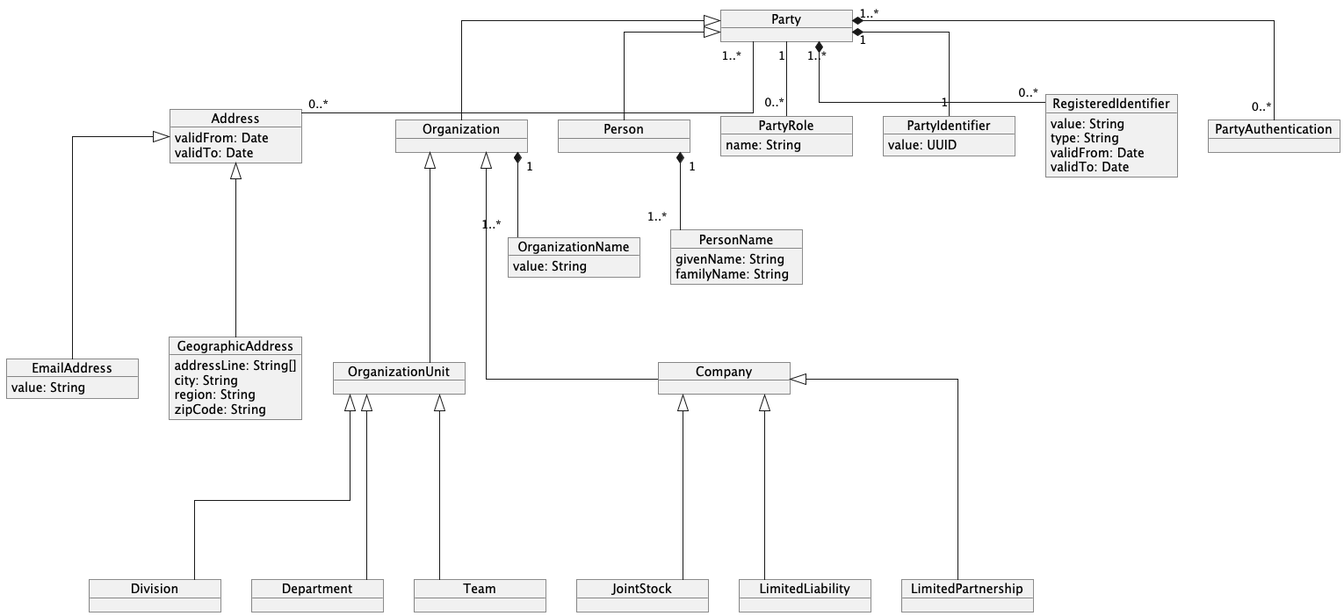
This is party/diagrams/party-with-data-and-auth.png from Software-Archetypes/archetypes, a PlantUML export, as it was before one commit. The source it was exported from:
```plantuml
@startuml
skinparam MinClassWidth 150
skinparam linetype ortho

object Party
object Person
object PartyRole {
  name: String
}
object PartyIdentifier {
  value: UUID
}
object RegisteredIdentifier {
  value: String
  type: String
  validFrom: Date
  validTo: Date
}
object PartyAuthentication

object Address {
  validFrom: Date
  validTo: Date
}
object EmailAddress {
  value: String
}
object GeographicAddress {
  addressLine: String[]
  city: String
  region: String
  zipCode: String
}

object PersonName {
  givenName: String
  familyName: String
}

object Organization
object OrganizationName {
  value: String
}
object Company
object JointStock
object LimitedLiability
object LimitedPartnership

object OrganizationUnit
object Division
object Department
object Team

Party "1" *-- "1" PartyIdentifier
Party "1" -- "0..*" PartyRole
Party "1..*" -- "0..*" Address
Party "1..*" *-- "0..*" RegisteredIdentifier
Party "1..*" *-- "0..*" PartyAuthentication

Person "1" *-- "1..*" PersonName
Organization "1" *-- "1..*" OrganizationName

Person -up-|> Party
Organization -up-|> Party
Company --up-|> Organization
JointStock ---up-|> Company
LimitedLiability ---up-|> Company
LimitedPartnership ---up-|> Company
OrganizationUnit --up-|> Organization
Division ---up-|> OrganizationUnit
Department ---up-|> OrganizationUnit
Team ---up-|> OrganizationUnit

EmailAddress --up-|> Address
GeographicAddress --up-|> Address
@enduml
```
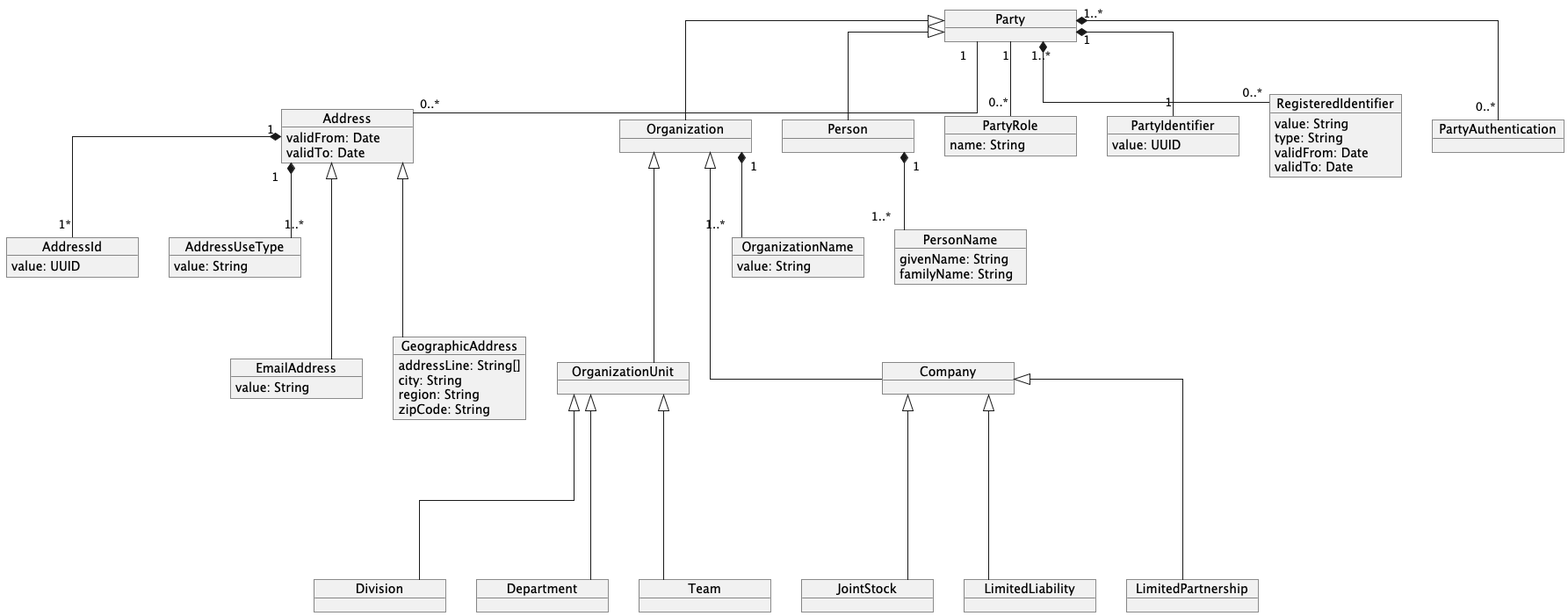
Above is the later version.

Commit message:
Party address docs updated

Diff of the diagram source:
```diff
@@ -21,6 +21,12 @@
 object Address {
   validFrom: Date
   validTo: Date
+}
+object AddressId {
+  value: UUID
+}
+object AddressUseType {
+  value: String
 }
 object EmailAddress {
   value: String
@@ -53,7 +59,9 @@
 
 Party "1" *-- "1" PartyIdentifier
 Party "1" -- "0..*" PartyRole
-Party "1..*" -- "0..*" Address
+Party "1" -- "0..*" Address
+Address "1" *-- "1..*" AddressUseType
+Address "1" *-- "1*" AddressId
 Party "1..*" *-- "0..*" RegisteredIdentifier
 Party "1..*" *-- "0..*" PartyAuthentication
 
```
